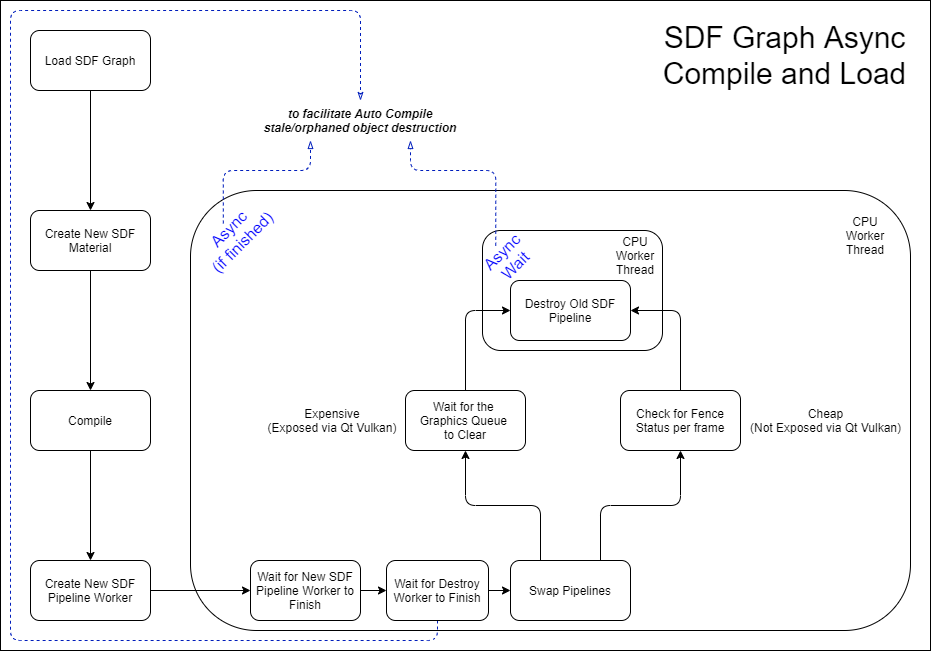
Before: docs/design/sdf-graph-async-load.png, a diagram exported from draw.io (hiradyazdan/sdf-ray4d-engine). Source tidied: cells renumbered, new cells last; positions are measured from the earlier drawing's top-left corner, leaving out a move shared by most shapes.
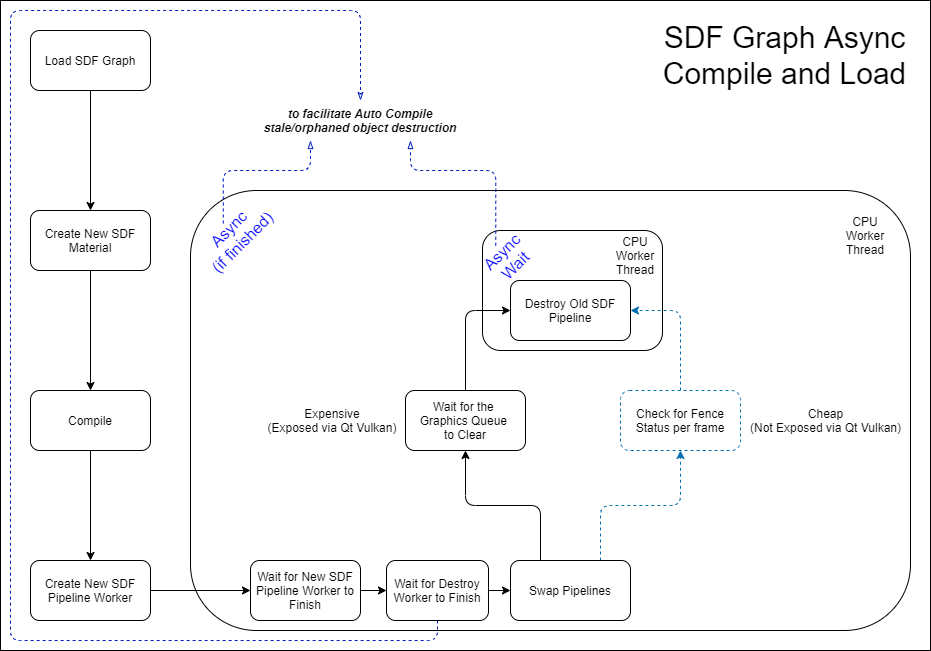
Above is the later version.

Diff of the diagram source:
```diff
@@ -57,7 +57,7 @@
     <mxCell id="17" style="edgeStyle=orthogonalEdgeStyle;rounded=1;jettySize=auto;html=1;exitX=0.25;exitY=0;exitDx=0;exitDy=0;entryX=0.5;entryY=1;entryDx=0;entryDy=0;" parent="1" edge="1" source="19" target="22">
       <mxGeometry relative="1" as="geometry" />
     </mxCell>
-    <mxCell id="18" style="edgeStyle=orthogonalEdgeStyle;rounded=1;jettySize=auto;html=1;exitX=0.75;exitY=0;exitDx=0;exitDy=0;" parent="1" edge="1" source="19" target="24">
+    <mxCell id="18" style="edgeStyle=orthogonalEdgeStyle;rounded=1;jettySize=auto;html=1;exitX=0.75;exitY=0;exitDx=0;exitDy=0;dashed=1;fillColor=#1ba1e2;strokeColor=#006EAF;" parent="1" edge="1" source="19" target="24">
       <mxGeometry relative="1" as="geometry" />
     </mxCell>
     <mxCell id="19" value="Swap Pipelines" style="rounded=1;whiteSpace=wrap;html=1;" parent="1" vertex="1">
@@ -72,10 +72,10 @@
     <mxCell id="22" value="Wait for the &lt;br&gt;Graphics Queue &lt;br&gt;to Clear" style="rounded=1;whiteSpace=wrap;html=1;" parent="1" vertex="1">
       <mxGeometry x="405" y="390" width="120" height="60" as="geometry" />
     </mxCell>
-    <mxCell id="23" style="edgeStyle=orthogonalEdgeStyle;rounded=1;jettySize=auto;html=1;exitX=0.5;exitY=0;exitDx=0;exitDy=0;entryX=1;entryY=0.5;entryDx=0;entryDy=0;" parent="1" edge="1" source="24" target="20">
+    <mxCell id="23" style="edgeStyle=orthogonalEdgeStyle;rounded=1;jettySize=auto;html=1;exitX=0.5;exitY=0;exitDx=0;exitDy=0;entryX=1;entryY=0.5;entryDx=0;entryDy=0;dashed=1;fillColor=#1ba1e2;strokeColor=#006EAF;" parent="1" edge="1" source="24" target="20">
       <mxGeometry relative="1" as="geometry" />
     </mxCell>
-    <mxCell id="24" value="Check for Fence Status per frame" style="rounded=1;whiteSpace=wrap;html=1;" parent="1" vertex="1">
+    <mxCell id="24" value="Check for Fence Status per frame" style="rounded=1;whiteSpace=wrap;html=1;dashed=1;strokeColor=#006EAF;" parent="1" vertex="1">
       <mxGeometry x="620" y="390" width="120" height="60" as="geometry" />
     </mxCell>
     <mxCell id="25" value="Cheap&lt;br&gt;(Not Exposed via Qt Vulkan)" style="text;html=1;strokeColor=none;fillColor=none;align=center;verticalAlign=middle;whiteSpace=wrap;rounded=0;" parent="1" vertex="1">
```
